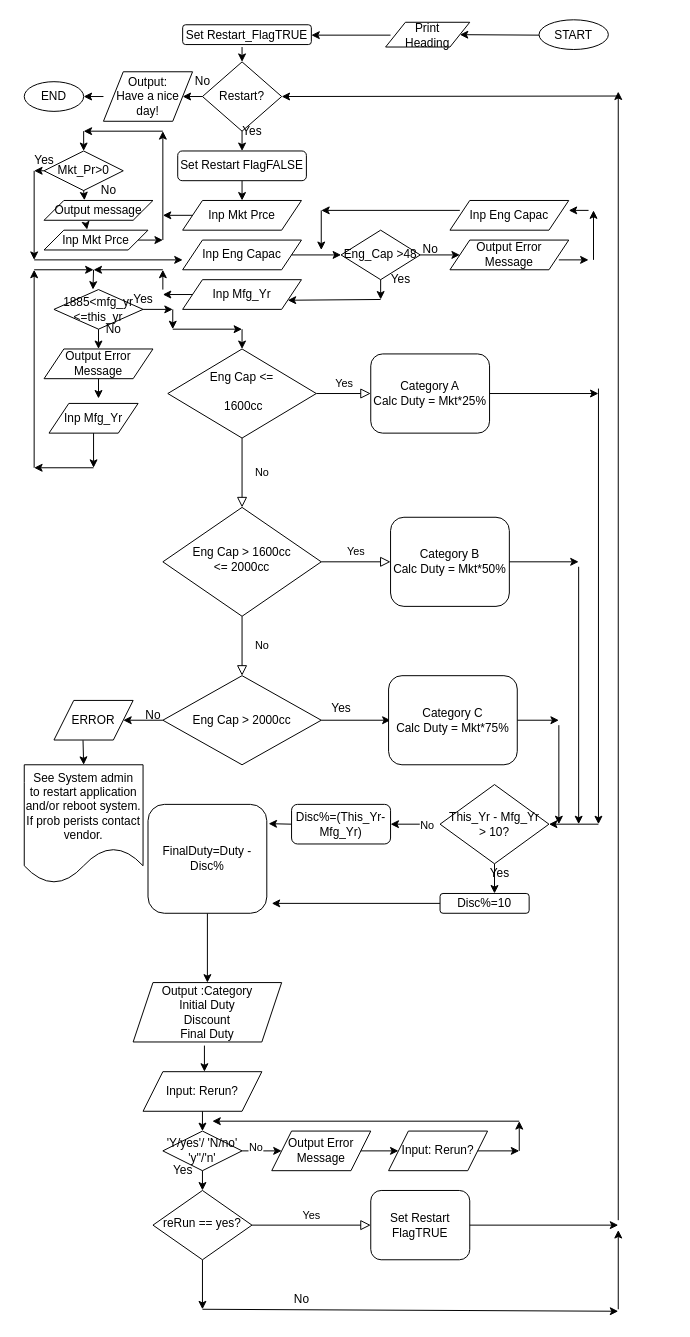
This is Untitled Diagram.drawio from john-itcsolutions/Elastos, a draw.io file, before an edit. Source tidied: cells renumbered, new cells numbered last; positions are measured from the earlier drawing's top-left corner, leaving out a move shared by most shapes. Both pictures are drawn from the tidied source at 99%, with x=0, y=0 at pixel (24, 20).
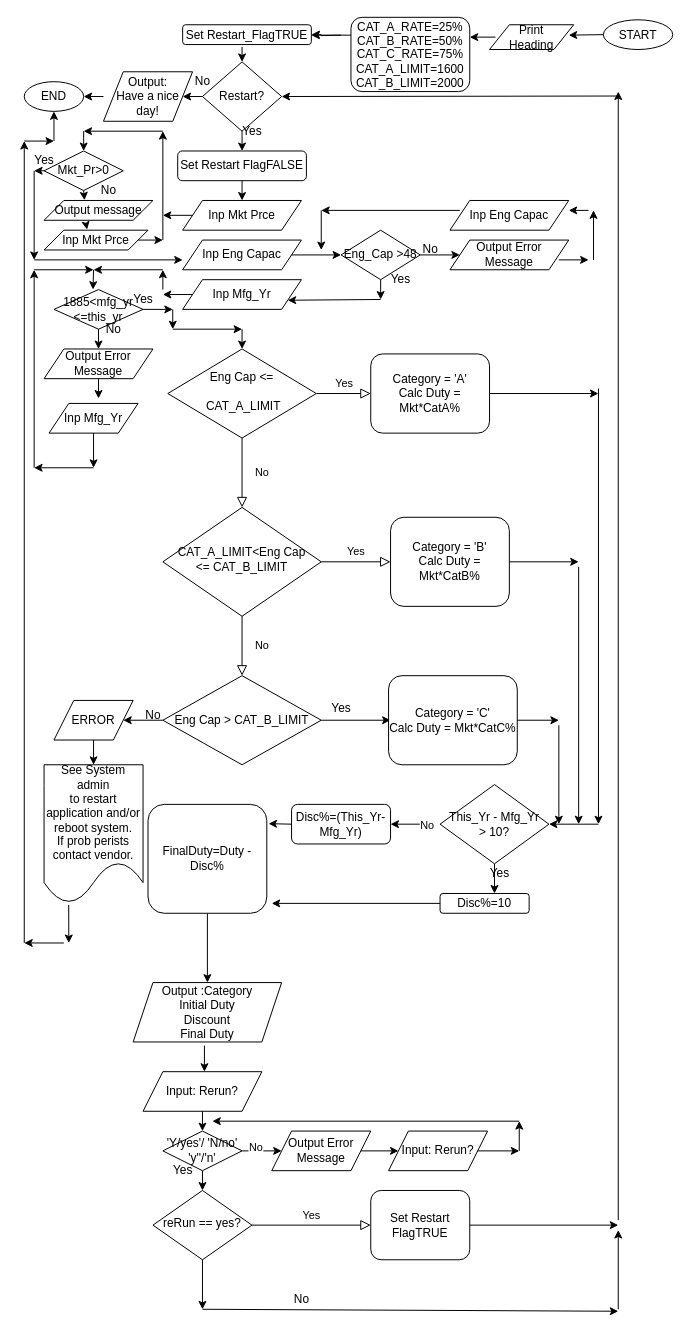
Above is the later version.

Unchanged cells that the change refers to:
```xml
<mxCell id="34" value="ERROR" style="shape=parallelogram;perimeter=parallelogramPerimeter;whiteSpace=wrap;html=1;fixedSize=1;" parent="1" vertex="1">
  <mxGeometry x="30" y="687" width="80" height="40" as="geometry" />
</mxCell>
<mxCell id="60" value="END" style="ellipse;whiteSpace=wrap;html=1;" parent="1" vertex="1">
  <mxGeometry y="62" width="60" height="30" as="geometry" />
</mxCell>
<mxCell id="64" value="Set Restart_FlagTRUE" style="rounded=1;whiteSpace=wrap;html=1;" parent="1" vertex="1">
  <mxGeometry x="160" y="4.5" width="130" height="20" as="geometry" />
</mxCell>
```

What changed in the source:
```diff
@@
-    <mxCell id="3" value="&lt;div&gt;Eng Cap &amp;lt;=&lt;/div&gt;&lt;div&gt;&lt;br&gt;&lt;/div&gt;&amp;nbsp;1600cc" style="rhombus;whiteSpace=wrap;html=1;shadow=0;fontFamily=Helvetica;fontSize=12;align=center;strokeWidth=1;spacing=6;spacingTop=-4;" parent="1" vertex="1">
+    <mxCell id="3" value="&lt;div&gt;Eng Cap &amp;lt;=&lt;/div&gt;&lt;div&gt;&lt;br&gt;&lt;/div&gt;&amp;nbsp;CAT_A_LIMIT" style="rhombus;whiteSpace=wrap;html=1;shadow=0;fontFamily=Helvetica;fontSize=12;align=center;strokeWidth=1;spacing=6;spacingTop=-4;" parent="1" vertex="1">
       <mxGeometry x="145" y="332" width="150" height="90" as="geometry" />
     </mxCell>
-    <mxCell id="4" value="Category A&lt;br&gt;&lt;div&gt;Calc Duty = Mkt*25%&lt;/div&gt;" style="rounded=1;whiteSpace=wrap;html=1;fontSize=12;glass=0;strokeWidth=1;shadow=0;" parent="1" vertex="1">
+    <mxCell id="4" value="Category = 'A'&lt;br&gt;&lt;div&gt;Calc Duty = Mkt*CatA%&lt;/div&gt;" style="rounded=1;whiteSpace=wrap;html=1;fontSize=12;glass=0;strokeWidth=1;shadow=0;" parent="1" vertex="1">
       <mxGeometry x="350" y="337" width="120" height="80" as="geometry" />
     </mxCell>
@@
-    <mxCell id="6" value="&lt;div&gt;Eng Cap &amp;gt; 1600cc&lt;/div&gt;&lt;div&gt;&amp;lt;= 2000cc&lt;br&gt;&lt;/div&gt;" style="rhombus;whiteSpace=wrap;html=1;shadow=0;fontFamily=Helvetica;fontSize=12;align=center;strokeWidth=1;spacing=6;spacingTop=-4;" parent="1" vertex="1">
+    <mxCell id="6" value="&lt;div&gt;CAT_A_LIMIT&amp;lt;Eng Cap&lt;br&gt;&lt;/div&gt;&lt;div&gt;&amp;lt;= CAT_B_LIMIT&lt;br&gt;&lt;/div&gt;" style="rhombus;whiteSpace=wrap;html=1;shadow=0;fontFamily=Helvetica;fontSize=12;align=center;strokeWidth=1;spacing=6;spacingTop=-4;" parent="1" vertex="1">
       <mxGeometry x="140" y="492" width="160" height="110" as="geometry" />
     </mxCell>
@@
     <mxCell id="8" value="START" style="ellipse;whiteSpace=wrap;html=1;" parent="1" vertex="1">
-      <mxGeometry x="520" y="-0.5" width="70" height="30" as="geometry" />
+      <mxGeometry x="585" y="-0.5" width="70" height="30" as="geometry" />
     </mxCell>
@@
-    <mxCell id="21" value="Category B&lt;br&gt;&lt;div&gt;Calc Duty = Mkt*50%&lt;/div&gt;" style="rounded=1;whiteSpace=wrap;html=1;fontSize=12;glass=0;strokeWidth=1;shadow=0;" parent="1" vertex="1">
+    <mxCell id="21" value="Category = 'B'&lt;br&gt;&lt;div&gt;Calc Duty = Mkt*CatB%&lt;/div&gt;" style="rounded=1;whiteSpace=wrap;html=1;fontSize=12;glass=0;strokeWidth=1;shadow=0;" parent="1" vertex="1">
       <mxGeometry x="370" y="502" width="120" height="90" as="geometry" />
     </mxCell>
@@
-    <mxCell id="23" value="Eng Cap &amp;gt; 2000cc" style="rhombus;whiteSpace=wrap;html=1;" parent="1" vertex="1">
+    <mxCell id="23" value="Eng Cap &amp;gt; CAT_B_LIMIT" style="rhombus;whiteSpace=wrap;html=1;" parent="1" vertex="1">
       <mxGeometry x="140" y="662" width="160" height="90" as="geometry" />
     </mxCell>
@@
-    <mxCell id="25" value="Category C&lt;br&gt;&lt;div&gt;Calc Duty = Mkt*75%&lt;/div&gt;" style="rounded=1;whiteSpace=wrap;html=1;" parent="1" vertex="1">
+    <mxCell id="25" value="Category = 'C'&lt;br&gt;&lt;div&gt;Calc Duty = Mkt*CatC%&lt;/div&gt;" style="rounded=1;whiteSpace=wrap;html=1;" parent="1" vertex="1">
       <mxGeometry x="368" y="662" width="130" height="90" as="geometry" />
     </mxCell>
@@
-    <mxCell id="55" style="endArrow=classic;html=1;entryX=1;entryY=0.5;entryDx=0;entryDy=0;" parent="1" edge="1" target="128">
+    <mxCell id="55" style="endArrow=classic;html=1;exitX=0;exitY=0.5;exitDx=0;exitDy=0;" parent="1" edge="1" source="8">
       <mxGeometry relative="1" as="geometry">
-        <mxPoint x="520" y="15" as="sourcePoint" />
+        <mxPoint x="550" y="15" as="targetPoint" />
       </mxGeometry>
     </mxCell>
@@
     <mxCell id="127" style="endArrow=classic;html=1;" parent="1" edge="1">
       <mxGeometry relative="1" as="geometry">
-        <mxPoint x="370" y="15" as="sourcePoint" />
+        <mxPoint x="340" y="15" as="sourcePoint" />
         <mxPoint x="290" y="15" as="targetPoint" />
       </mxGeometry>
     </mxCell>
     <mxCell id="128" value="&lt;div&gt;Print&lt;/div&gt;&lt;div&gt;Heading&lt;br&gt;&lt;/div&gt;" style="shape=parallelogram;perimeter=parallelogramPerimeter;whiteSpace=wrap;html=1;fixedSize=1;" parent="1" vertex="1">
-      <mxGeometry x="365" y="2" width="85" height="25" as="geometry" />
+      <mxGeometry x="470" y="4.5" width="85" height="25" as="geometry" />
     </mxCell>
     <mxCell id="129" value="&lt;div&gt;See System admin&lt;/div&gt;&lt;div&gt;to restart application and/or reboot system.&lt;/div&gt;&lt;div&gt;If prob perists contact vendor.&lt;br&gt;&lt;/div&gt;" style="shape=document;whiteSpace=wrap;html=1;boundedLbl=1;" parent="1" vertex="1">
-      <mxGeometry y="752" width="120" height="120" as="geometry" />
+      <mxGeometry x="20" y="752" width="100" height="140" as="geometry" />
     </mxCell>
-    <mxCell id="130" style="endArrow=classic;html=1;exitX=0.367;exitY=1.007;exitDx=0;exitDy=0;exitPerimeter=0;entryX=0.5;entryY=0;entryDx=0;entryDy=0;" parent="1" edge="1" source="34" target="129">
+    <mxCell id="130" style="endArrow=classic;html=1;exitX=0.5;exitY=1;exitDx=0;exitDy=0;entryX=0.5;entryY=0;entryDx=0;entryDy=0;" parent="1" edge="1" source="34" target="129">
       <mxGeometry relative="1" as="geometry" />
     </mxCell>
+    <mxCell id="131" style="endArrow=classic;html=1;exitX=0.249;exitY=1.011;exitDx=0;exitDy=0;exitPerimeter=0;" parent="1" edge="1" source="129">
+      <mxGeometry relative="1" as="geometry">
+        <mxPoint x="45" y="932" as="targetPoint" />
+      </mxGeometry>
+    </mxCell>
+    <mxCell id="132" style="endArrow=classic;html=1;" parent="1" edge="1">
+      <mxGeometry relative="1" as="geometry">
+        <mxPoint x="40" y="932" as="sourcePoint" />
+        <mxPoint y="932" as="targetPoint" />
+      </mxGeometry>
+    </mxCell>
+    <mxCell id="133" style="endArrow=classic;html=1;" parent="1" edge="1">
+      <mxGeometry relative="1" as="geometry">
+        <mxPoint y="932" as="sourcePoint" />
+        <mxPoint y="122" as="targetPoint" />
+      </mxGeometry>
+    </mxCell>
+    <mxCell id="134" style="endArrow=classic;html=1;" parent="1" edge="1">
+      <mxGeometry relative="1" as="geometry">
+        <mxPoint y="122" as="sourcePoint" />
+        <mxPoint x="30" y="122" as="targetPoint" />
+      </mxGeometry>
+    </mxCell>
+    <mxCell id="135" style="endArrow=classic;html=1;entryX=0.5;entryY=1;entryDx=0;entryDy=0;" parent="1" edge="1" target="60">
+      <mxGeometry relative="1" as="geometry">
+        <mxPoint x="30" y="122" as="sourcePoint" />
+      </mxGeometry>
+    </mxCell>
+    <mxCell id="136" style="edgeStyle=orthogonalEdgeStyle;rounded=0;jettySize=auto;html=1;" parent="1" edge="1" target="64">
+      <mxGeometry relative="1" as="geometry">
+        <mxPoint x="320" y="15" as="sourcePoint" />
+      </mxGeometry>
+    </mxCell>
+    <mxCell id="137" value="&lt;div&gt;CAT_A_RATE=25%&lt;/div&gt;&lt;div&gt;CAT_B_RATE=50%&lt;/div&gt;&lt;div&gt;CAT_C_RATE=75%&lt;br&gt;&lt;/div&gt;&lt;div&gt;CAT_A_LIMIT=1600&lt;/div&gt;&lt;div&gt;CAT_B_LIMIT=2000&lt;br&gt;&lt;/div&gt;" style="rounded=1;whiteSpace=wrap;html=1;" parent="1" vertex="1">
+      <mxGeometry x="330" y="-3" width="120" height="75" as="geometry" />
+    </mxCell>
+    <mxCell id="138" style="endArrow=classic;html=1;" parent="1" edge="1">
+      <mxGeometry relative="1" as="geometry">
+        <mxPoint x="476" y="17" as="sourcePoint" />
+        <mxPoint x="450" y="17" as="targetPoint" />
+      </mxGeometry>
+    </mxCell>
```
